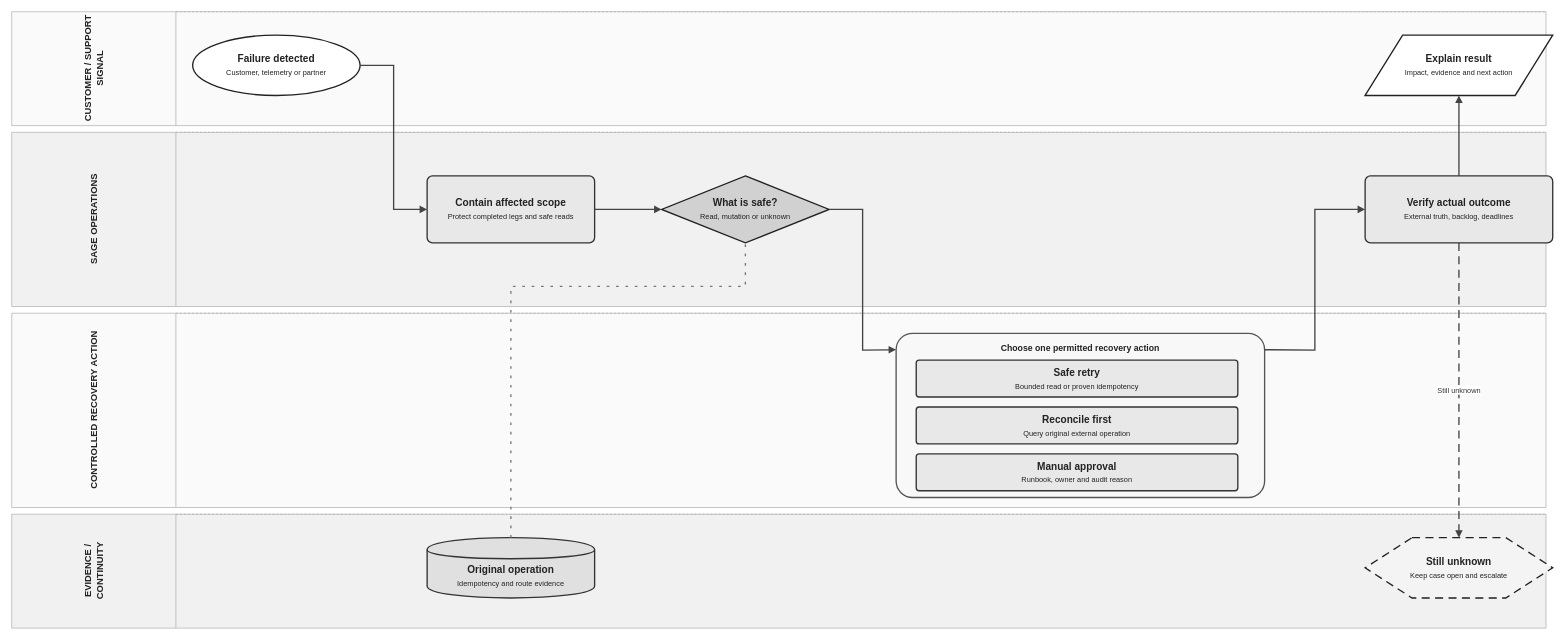
Above: assets/diagrams/e-invoicing-recovery-reconciliation.drawio in jiaxinhe0709/pm_second_brain (draw.io), before the change. Source tidied: cells renumbered, new cells numbered last; positions are measured from the earlier drawing's top-left corner, leaving out a move shared by most shapes. Both pictures are drawn from the tidied source at 67%, with x=0, y=0 at pixel (11, 11).
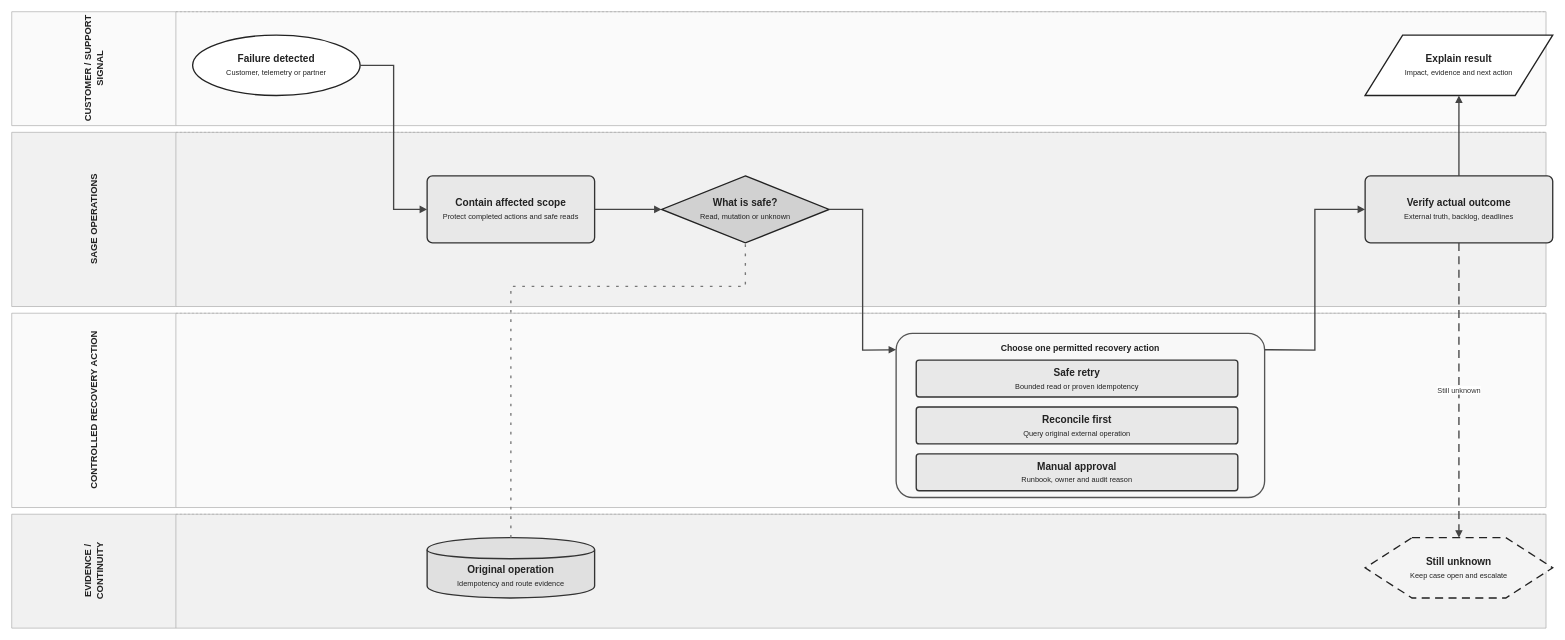
The same diagram, later.

Change to the diagram source:
```diff
@@
-    <mxCell id="8" value="&lt;div style=&quot;font-size:15px;font-weight:bold&quot;&gt;Contain affected scope&lt;/div&gt;&lt;div style=&quot;font-size:11px;margin-top:5px&quot;&gt;Protect completed legs and safe reads&lt;/div&gt;" style="shape=rectangle;rounded=1;arcSize=8;whiteSpace=wrap;html=1;fillColor=#e8e8e8;strokeColor=#333;strokeWidth=2;fontColor=#222222;fontSize=13;align=center;verticalAlign=middle;spacing=7;" parent="1" vertex="1">
+    <mxCell id="8" value="&lt;div style=&quot;font-size:15px;font-weight:bold&quot;&gt;Contain affected scope&lt;/div&gt;&lt;div style=&quot;font-size:11px;margin-top:5px&quot;&gt;Protect completed actions and safe reads&lt;/div&gt;" style="shape=rectangle;rounded=1;arcSize=8;whiteSpace=wrap;html=1;fillColor=#e8e8e8;strokeColor=#333;strokeWidth=2;fontColor=#222222;fontSize=13;align=center;verticalAlign=middle;spacing=7;" parent="1" vertex="1">
       <mxGeometry x="620" y="245" width="250" height="100" as="geometry" />
     </mxCell>
```
